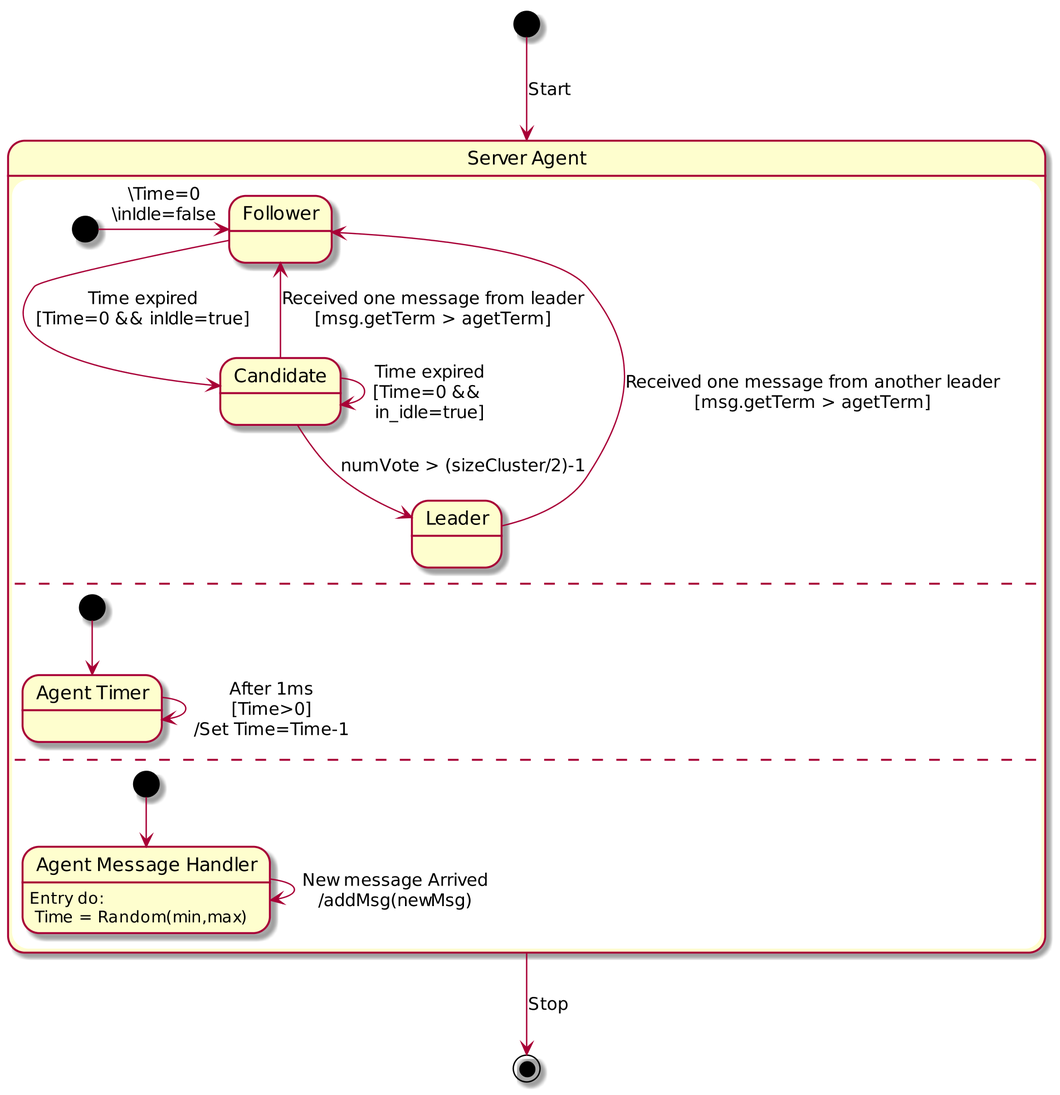
This is doc/plantuml/rendered/StateDiagram/Agent.png from thedevstone/akka-raft, a PlantUML export, as it was before one commit.
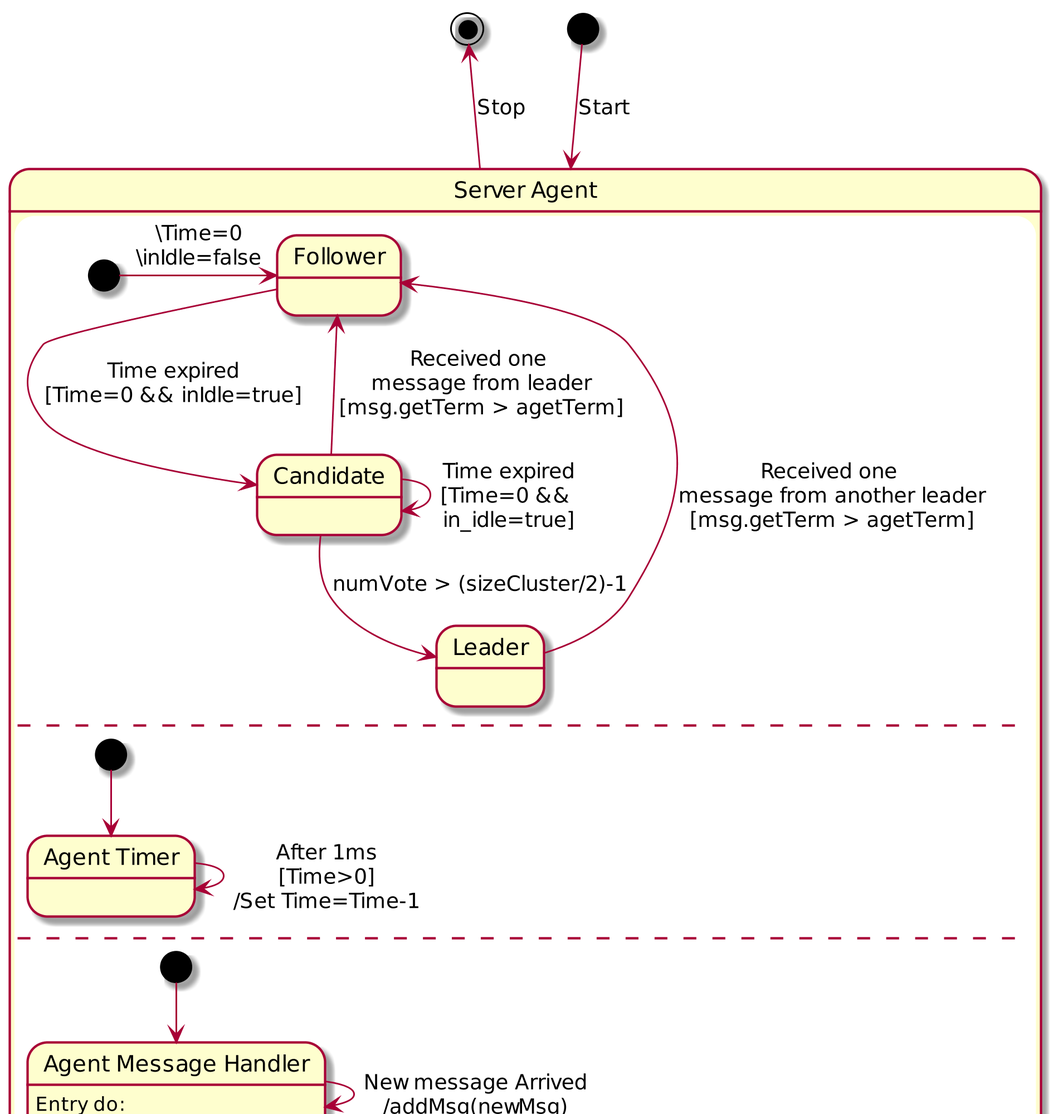
The same diagram one commit later.

Change to the diagram source:
```diff
@@ -3,7 +3,7 @@
 scale 1920 width
 
 [*] --> Agent :Start
-Agent --> [*] :Stop
+Agent -u-> [*] :Stop
 
 state "Server Agent" as Agent {
 [*] -r-> Follower : \Time=0\n\inIdle=false
@@ -15,14 +15,14 @@
 
 
 state "Candidate" as Candidate
-  Candidate --> Follower : Received one message from leader\n[msg.getTerm > agetTerm]
+  Candidate --> Follower : Received one \nmessage from leader\n[msg.getTerm > agetTerm]
   Candidate --> Candidate : Time expired\n[Time=0 && \nin_idle=true]
   Candidate --> Leader : numVote > (sizeCluster/2)-1
 
 
 
   state "Leader" as Leader
-    Leader --> Follower : Received one message from another leader\n[msg.getTerm > agetTerm]
+    Leader --> Follower : Received one \nmessage from another leader\n[msg.getTerm > agetTerm]
   --
   [*] --> AgentTimer
   state "Agent Timer" as AgentTimer{
```
